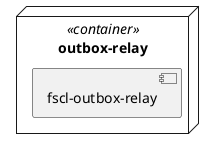
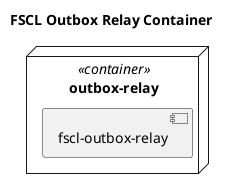
@startuml
+ title "FSCL Outbox Relay Container"
node "outbox-relay" as outbox <<container>> {

    component "fscl-outbox-relay" as relay
}
@enduml